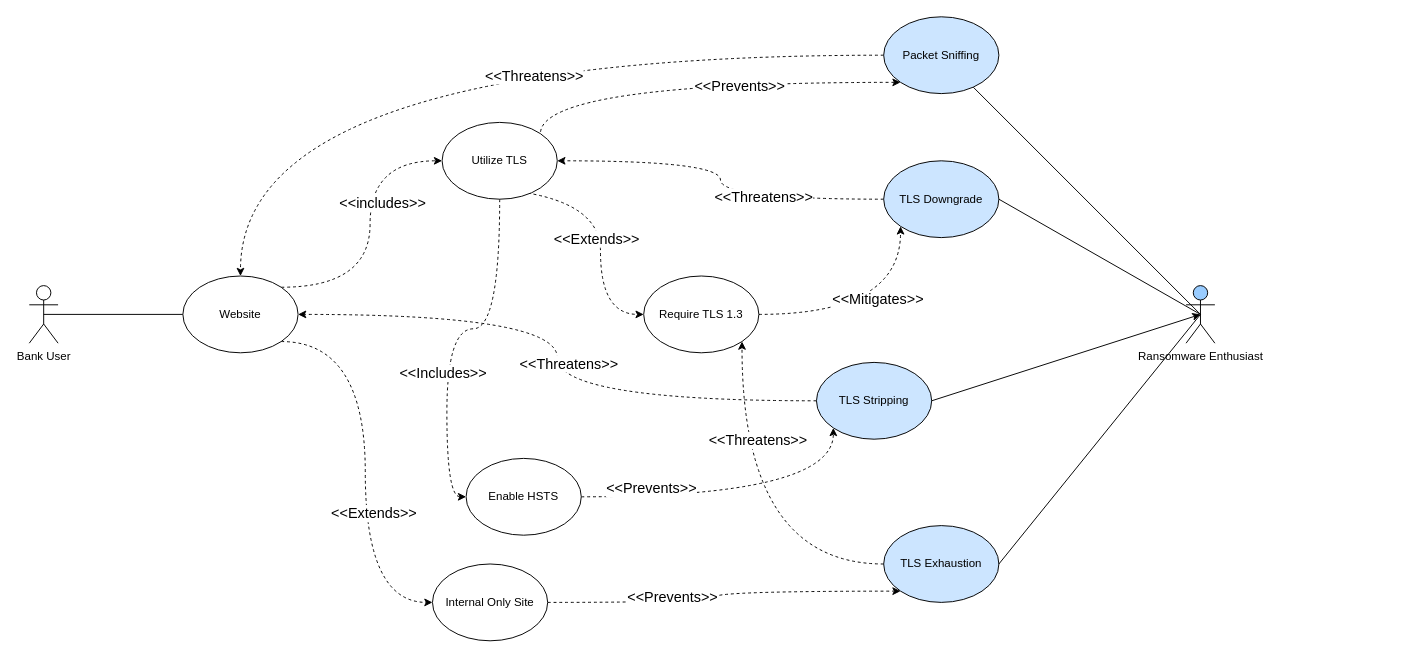
Before: Software Security Engineering/Website Misuse Case.drawio in Hinrichsta/FA23-Cyber8420, a draw.io diagram. Source tidied: cells renumbered, new cells numbered last; positions are measured from the earlier drawing's top-left corner, leaving out a move shared by most shapes. Both pictures are drawn from the tidied source at 96%, with x=0, y=0 at pixel (29, 16).
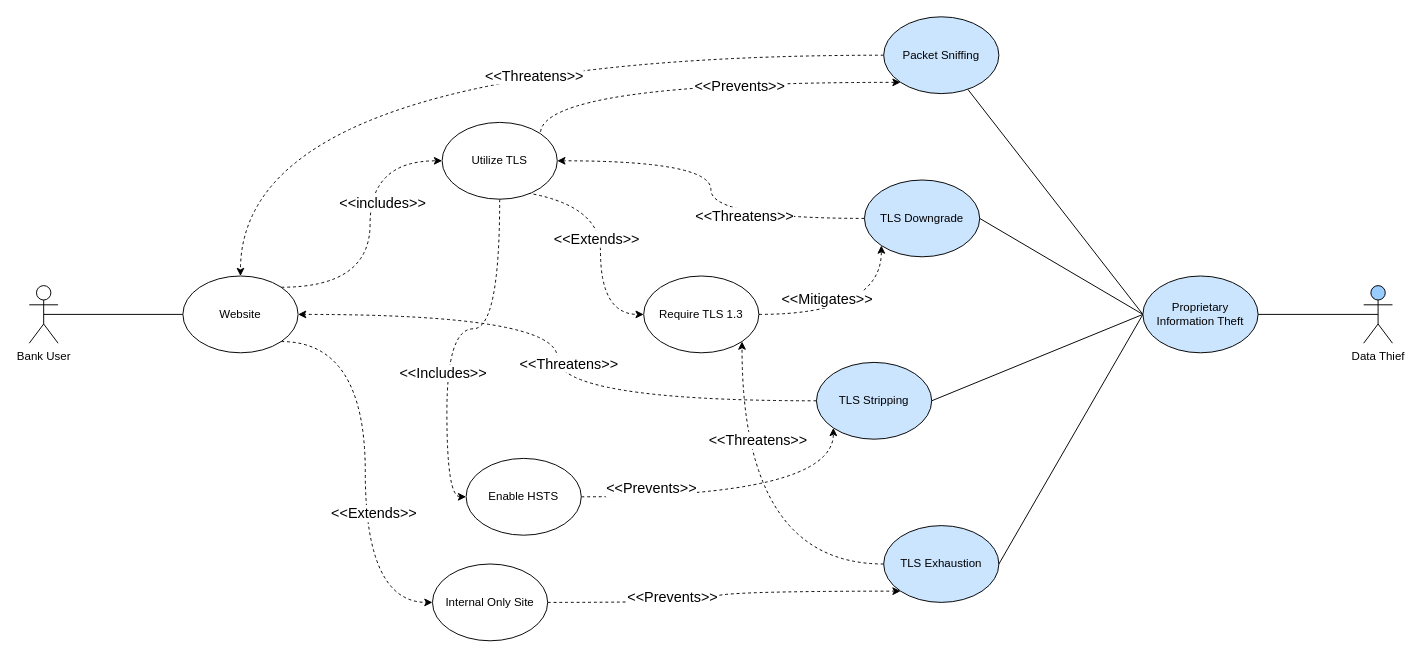
The same diagram, later.

Commit message (it also covers changes not shown here):
Website misuse V3

The change refers to these unchanged cells:
```xml
<mxCell id="15" value="Packet Sniffing" style="ellipse;whiteSpace=wrap;html=1;fillColor=#CCE5FF;" parent="1" vertex="1">
  <mxGeometry x="890" width="120" height="80" as="geometry" />
</mxCell>
<mxCell id="25" style="edgeStyle=orthogonalEdgeStyle;rounded=0;jettySize=auto;html=1;exitX=1;exitY=0.5;exitDx=0;exitDy=0;entryX=0;entryY=1;entryDx=0;entryDy=0;curved=1;dashed=1;" parent="1" edge="1" source="27" target="23">
  <mxGeometry relative="1" as="geometry" />
</mxCell>
<mxCell id="30" value="TLS Exhaustion" style="ellipse;whiteSpace=wrap;html=1;fillColor=#CCE5FF;" parent="1" vertex="1">
  <mxGeometry x="890" y="530" width="120" height="80" as="geometry" />
</mxCell>
<mxCell id="37" value="TLS Stripping" style="ellipse;whiteSpace=wrap;html=1;fillColor=#CCE5FF;" parent="1" vertex="1">
  <mxGeometry x="820" y="360" width="120" height="80" as="geometry" />
</mxCell>
```

What changed in the source:
```diff
@@
+    <mxCell id="42" style="rounded=0;jettySize=auto;html=1;endArrow=none;endFill=0;exitX=0.5;exitY=0.5;exitDx=0;exitDy=0;exitPerimeter=0;" parent="1" edge="1" source="11" target="43">
+      <mxGeometry relative="1" as="geometry" />
+    </mxCell>
-    <mxCell id="11" value="Ransomware Enthusiast" style="shape=umlActor;verticalLabelPosition=bottom;verticalAlign=top;html=1;outlineConnect=0;fillColor=#99CCFF;" parent="1" vertex="1">
-      <mxGeometry x="1205" y="280" width="30" height="60" as="geometry" />
+    <mxCell id="11" value="Data Thief" style="shape=umlActor;verticalLabelPosition=bottom;verticalAlign=top;html=1;outlineConnect=0;fillColor=#99CCFF;" parent="1" vertex="1">
+      <mxGeometry x="1390" y="280" width="30" height="60" as="geometry" />
     </mxCell>
-    <mxCell id="12" style="rounded=0;jettySize=auto;html=1;endArrow=none;endFill=0;entryX=0.5;entryY=0.5;entryDx=0;entryDy=0;entryPerimeter=0;" parent="1" edge="1" source="15" target="11">
+    <mxCell id="12" style="rounded=0;jettySize=auto;html=1;endArrow=none;endFill=0;entryX=0;entryY=0.5;entryDx=0;entryDy=0;" parent="1" edge="1" source="15" target="43">
       <mxGeometry relative="1" as="geometry" />
     </mxCell>
@@
     <mxCell id="23" value="TLS Downgrade" style="ellipse;whiteSpace=wrap;html=1;fillColor=#CCE5FF;" parent="1" vertex="1">
-      <mxGeometry x="890" y="150" width="120" height="80" as="geometry" />
+      <mxGeometry x="870" y="170" width="120" height="80" as="geometry" />
     </mxCell>
-    <mxCell id="24" style="rounded=0;jettySize=auto;html=1;entryX=0.5;entryY=0.5;entryDx=0;entryDy=0;entryPerimeter=0;endArrow=none;endFill=0;exitX=1;exitY=0.5;exitDx=0;exitDy=0;" parent="1" edge="1" source="23" target="11">
+    <mxCell id="24" style="rounded=0;jettySize=auto;html=1;entryX=0;entryY=0.5;entryDx=0;entryDy=0;endArrow=none;endFill=0;exitX=1;exitY=0.5;exitDx=0;exitDy=0;" parent="1" edge="1" source="23" target="43">
       <mxGeometry relative="1" as="geometry" />
     </mxCell>
@@
     <mxCell id="26" value="&lt;font style=&quot;font-size: 15px;&quot;&gt;&amp;lt;&amp;lt;Mitigates&amp;gt;&amp;gt;&lt;br&gt;&lt;/font&gt;" style="edgeLabel;html=1;align=center;verticalAlign=middle;" parent="25" vertex="1">
-      <mxGeometry x="0.03" y="17" relative="1" as="geometry" />
+      <mxGeometry x="0.03" y="17" relative="1" as="geometry">
+        <mxPoint x="-33" as="offset" />
+      </mxGeometry>
     </mxCell>
@@
-    <mxCell id="31" style="rounded=0;jettySize=auto;html=1;exitX=1;exitY=0.5;exitDx=0;exitDy=0;entryX=0.5;entryY=0.5;entryDx=0;entryDy=0;entryPerimeter=0;endArrow=none;endFill=0;" parent="1" edge="1" source="30" target="11">
+    <mxCell id="31" style="rounded=0;jettySize=auto;html=1;exitX=1;exitY=0.5;exitDx=0;exitDy=0;entryX=0;entryY=0.5;entryDx=0;entryDy=0;endArrow=none;endFill=0;" parent="1" edge="1" source="30" target="43">
       <mxGeometry relative="1" as="geometry" />
     </mxCell>
@@
-    <mxCell id="38" style="rounded=0;jettySize=auto;html=1;exitX=1;exitY=0.5;exitDx=0;exitDy=0;entryX=0.5;entryY=0.5;entryDx=0;entryDy=0;entryPerimeter=0;" parent="1" edge="1" source="37" target="11">
+    <mxCell id="38" style="rounded=0;jettySize=auto;html=1;exitX=1;exitY=0.5;exitDx=0;exitDy=0;entryX=0;entryY=0.5;entryDx=0;entryDy=0;endArrow=none;endFill=0;" parent="1" edge="1" source="37" target="43">
       <mxGeometry relative="1" as="geometry" />
     </mxCell>
@@
+    <mxCell id="43" value="Proprietary Information Theft" style="ellipse;whiteSpace=wrap;html=1;fillColor=#CCE5FF;" parent="1" vertex="1">
+      <mxGeometry x="1160" y="270" width="120" height="80" as="geometry" />
+    </mxCell>
```
